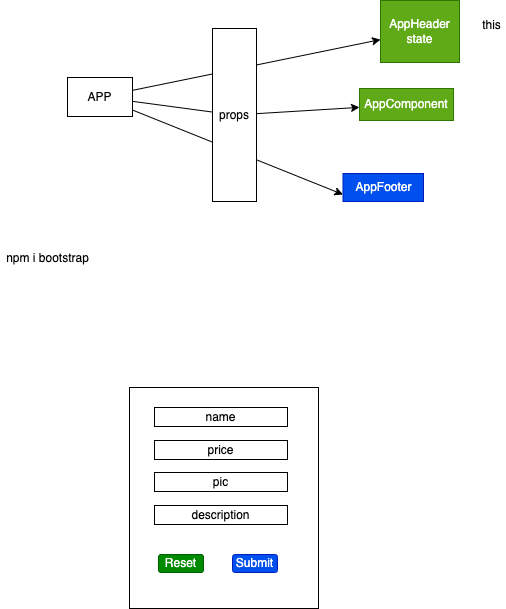
Above: images/day10.drawio.png in adithnaveen/2022-sapient-react-node-graphql (draw.io), before the change. Source tidied: cells renumbered, new cells last; positions are measured from the earlier drawing's top-left corner, leaving out a move shared by most shapes.
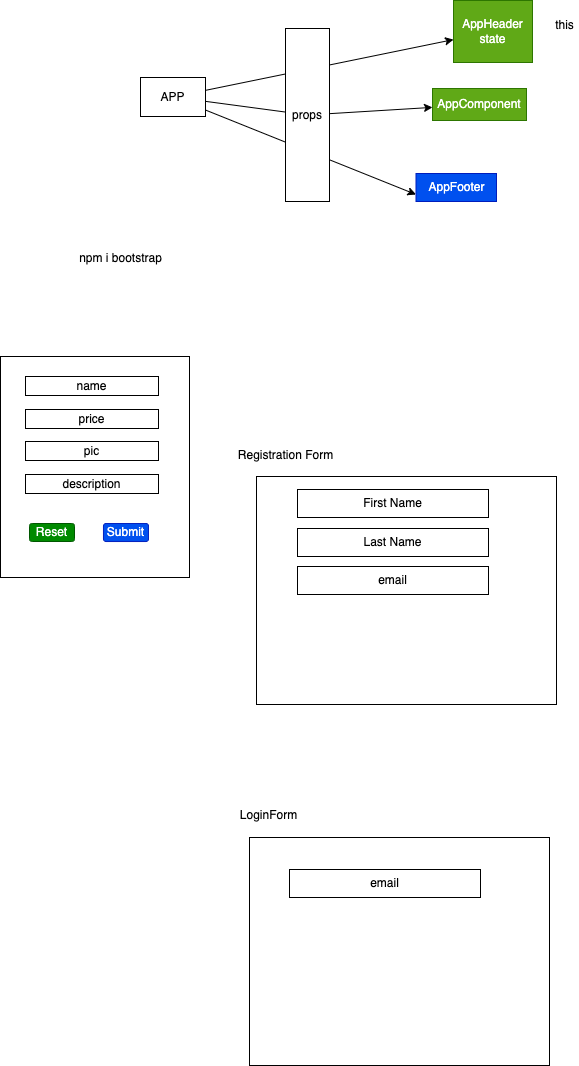
The same file after the commit.

Diff of the diagram source:
```diff
@@ -36,25 +36,49 @@
       <mxGeometry x="476" y="16" width="29" height="18" as="geometry" />
     </mxCell>
     <mxCell id="13" style="rounded=0;whiteSpace=wrap;html=1;" parent="1" vertex="1">
-      <mxGeometry x="129" y="387" width="189" height="221" as="geometry" />
+      <mxGeometry x="-73" y="356" width="189" height="221" as="geometry" />
     </mxCell>
     <mxCell id="14" value="Reset" style="rounded=1;whiteSpace=wrap;html=1;fillColor=#008a00;fontColor=#ffffff;strokeColor=#005700;" parent="1" vertex="1">
-      <mxGeometry x="158" y="554" width="45" height="18" as="geometry" />
+      <mxGeometry x="-44" y="523" width="45" height="18" as="geometry" />
     </mxCell>
     <mxCell id="15" value="Submit" style="rounded=1;whiteSpace=wrap;html=1;fillColor=#0050ef;fontColor=#ffffff;strokeColor=#001DBC;" parent="1" vertex="1">
-      <mxGeometry x="232" y="554" width="45" height="18" as="geometry" />
+      <mxGeometry x="30" y="523" width="45" height="18" as="geometry" />
     </mxCell>
     <mxCell id="16" value="name" style="rounded=0;whiteSpace=wrap;html=1;" parent="1" vertex="1">
-      <mxGeometry x="154" y="407" width="133" height="19" as="geometry" />
+      <mxGeometry x="-48" y="376" width="133" height="19" as="geometry" />
     </mxCell>
     <mxCell id="17" value="price" style="rounded=0;whiteSpace=wrap;html=1;" parent="1" vertex="1">
-      <mxGeometry x="154" y="440" width="133" height="19" as="geometry" />
+      <mxGeometry x="-48" y="409" width="133" height="19" as="geometry" />
     </mxCell>
     <mxCell id="18" value="pic" style="rounded=0;whiteSpace=wrap;html=1;" parent="1" vertex="1">
-      <mxGeometry x="154" y="472" width="133" height="19" as="geometry" />
+      <mxGeometry x="-48" y="441" width="133" height="19" as="geometry" />
     </mxCell>
     <mxCell id="19" value="description" style="rounded=0;whiteSpace=wrap;html=1;" parent="1" vertex="1">
-      <mxGeometry x="154" y="505" width="133" height="19" as="geometry" />
+      <mxGeometry x="-48" y="474" width="133" height="19" as="geometry" />
     </mxCell>
+    <mxCell id="20" style="rounded=0;whiteSpace=wrap;html=1;" parent="1" vertex="1">
+      <mxGeometry x="183" y="476" width="300" height="228" as="geometry" />
+    </mxCell>
+    <mxCell id="21" value="Registration Form" style="text;html=1;align=center;verticalAlign=middle;strokeColor=none;fillColor=none;" parent="1" vertex="1">
+      <mxGeometry x="159" y="446" width="105" height="18" as="geometry" />
+    </mxCell>
+    <mxCell id="22" value="First Name" style="rounded=0;whiteSpace=wrap;html=1;" parent="1" vertex="1">
+      <mxGeometry x="224" y="489" width="191" height="28" as="geometry" />
+    </mxCell>
+    <mxCell id="23" value="Last Name" style="rounded=0;whiteSpace=wrap;html=1;" parent="1" vertex="1">
+      <mxGeometry x="224" y="528" width="191" height="28" as="geometry" />
+    </mxCell>
+    <mxCell id="24" style="rounded=0;whiteSpace=wrap;html=1;" parent="1" vertex="1">
+      <mxGeometry x="176" y="837" width="300" height="228" as="geometry" />
+    </mxCell>
+    <mxCell id="25" value="LoginForm" style="text;html=1;align=center;verticalAlign=middle;strokeColor=none;fillColor=none;" parent="1" vertex="1">
+      <mxGeometry x="161" y="806" width="68" height="18" as="geometry" />
+    </mxCell>
+    <mxCell id="26" value="email" style="rounded=0;whiteSpace=wrap;html=1;" parent="1" vertex="1">
+      <mxGeometry x="224" y="566" width="191" height="28" as="geometry" />
+    </mxCell>
+    <mxCell id="27" value="email" style="rounded=0;whiteSpace=wrap;html=1;" parent="1" vertex="1">
+      <mxGeometry x="216" y="869" width="191" height="28" as="geometry" />
+    </mxCell>
   </root>
 </mxGraphModel>
```
